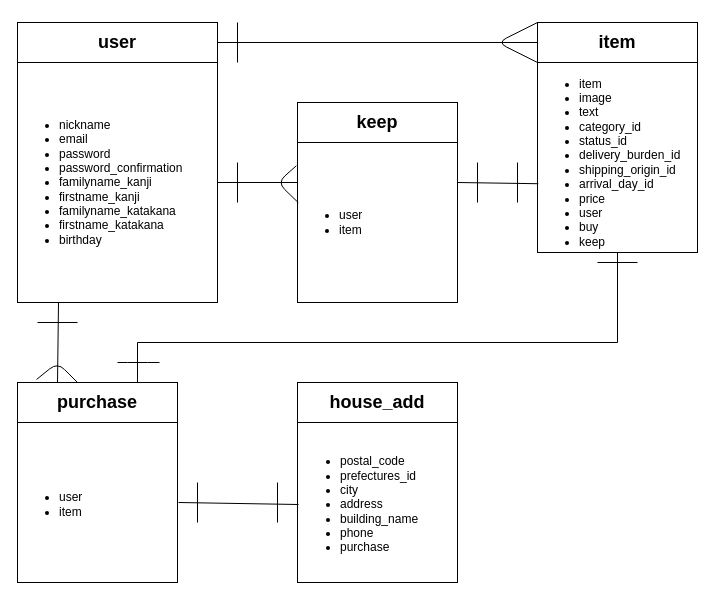
teruan777/furima_28422 keeps this draw.io diagram as furima.drawio. Above is the earlier version. Source tidied: cells renumbered, new cells numbered last; positions are measured from the earlier drawing's top-left corner, leaving out a move shared by most shapes. Both pictures are drawn from the tidied source at 100%, with x=0, y=0 at pixel (17, 22).
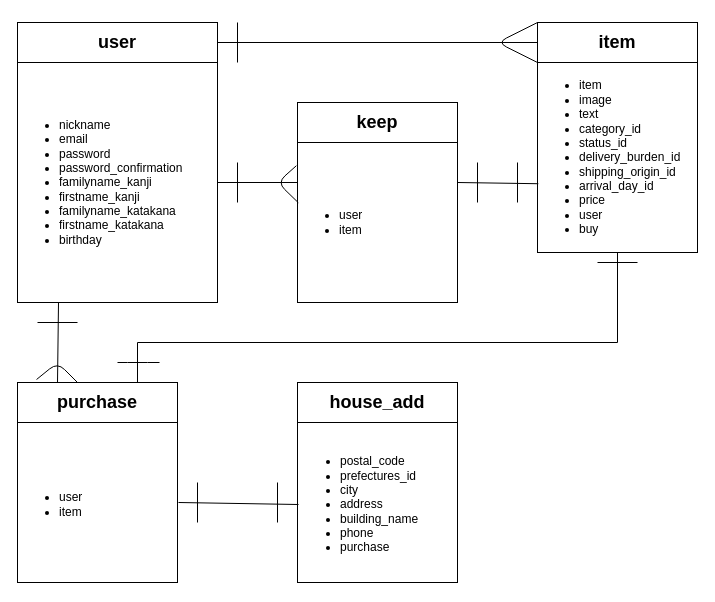
After the change.

Commit message (it also covers changes not shown here):
Association変更に伴い記述変更

Diff of the diagram source:
```diff
@@
-    <mxCell id="12" value="&lt;ul&gt;&lt;li&gt;item&lt;/li&gt;&lt;li&gt;image&lt;/li&gt;&lt;li&gt;text&lt;/li&gt;&lt;li&gt;category_id&lt;/li&gt;&lt;li&gt;status_id&lt;/li&gt;&lt;li&gt;delivery_burden_id&lt;/li&gt;&lt;li&gt;shipping_origin_id&lt;/li&gt;&lt;li&gt;arrival_day_id&lt;/li&gt;&lt;li&gt;price&lt;/li&gt;&lt;li&gt;user&lt;/li&gt;&lt;li&gt;buy&lt;/li&gt;&lt;li&gt;keep&lt;/li&gt;&lt;/ul&gt;" style="text;strokeColor=none;fillColor=none;html=1;whiteSpace=wrap;verticalAlign=middle;overflow=hidden;" parent="1" vertex="1">
+    <mxCell id="12" value="&lt;ul&gt;&lt;li&gt;item&lt;/li&gt;&lt;li&gt;image&lt;/li&gt;&lt;li&gt;text&lt;/li&gt;&lt;li&gt;category_id&lt;/li&gt;&lt;li&gt;status_id&lt;/li&gt;&lt;li&gt;delivery_burden_id&lt;/li&gt;&lt;li&gt;shipping_origin_id&lt;/li&gt;&lt;li&gt;arrival_day_id&lt;/li&gt;&lt;li&gt;price&lt;/li&gt;&lt;li&gt;user&lt;/li&gt;&lt;li&gt;buy&lt;/li&gt;&lt;/ul&gt;" style="text;strokeColor=none;fillColor=none;html=1;whiteSpace=wrap;verticalAlign=middle;overflow=hidden;" parent="1" vertex="1">
       <mxGeometry x="520" y="40" width="160" height="190" as="geometry" />
     </mxCell>
```
